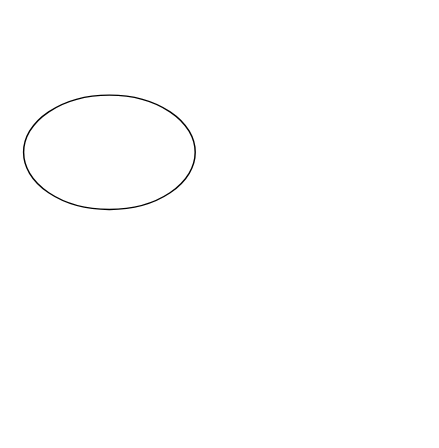
Earlier version of the draw.io diagram 全栈架构.drawio (RenJie666/Knowledge-Graph). Source tidied: cells renumbered, new cells numbered last; positions are measured from the earlier drawing's top-left corner, leaving out a move shared by most shapes. Both pictures are drawn from the tidied source at 143%, with x=0, y=0 at pixel (23, 94).
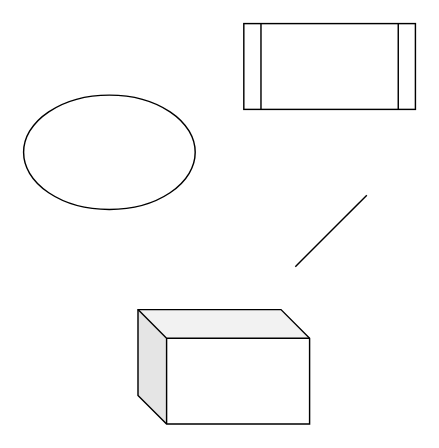
The same page after the edit.

Commit message:
更新全栈架构.drawio

Change to the diagram source:
```diff
@@
 <mxGraphModel>
   <root>
     <mxCell id="0" />
     <mxCell id="1" parent="0" />
     <mxCell id="2" style="ellipse;whiteSpace=wrap;html=1;" parent="1" vertex="1">
       <mxGeometry width="120" height="80" as="geometry" />
     </mxCell>
+    <mxCell id="3" style="shape=process;whiteSpace=wrap;html=1;backgroundOutline=1;" parent="1" vertex="1">
+      <mxGeometry x="154" y="-50" width="120" height="60" as="geometry" />
+    </mxCell>
+    <mxCell id="4" style="shape=cube;whiteSpace=wrap;html=1;boundedLbl=1;backgroundOutline=1;darkOpacity=0.05;darkOpacity2=0.1;" parent="1" vertex="1">
+      <mxGeometry x="80" y="150" width="120" height="80" as="geometry" />
+    </mxCell>
+    <mxCell id="5" style="endArrow=none;html=1;" parent="1" edge="1">
+      <mxGeometry relative="1" as="geometry">
+        <mxPoint x="190" y="120" as="sourcePoint" />
+        <mxPoint x="240" y="70" as="targetPoint" />
+      </mxGeometry>
+    </mxCell>
   </root>
 </mxGraphModel>
```
